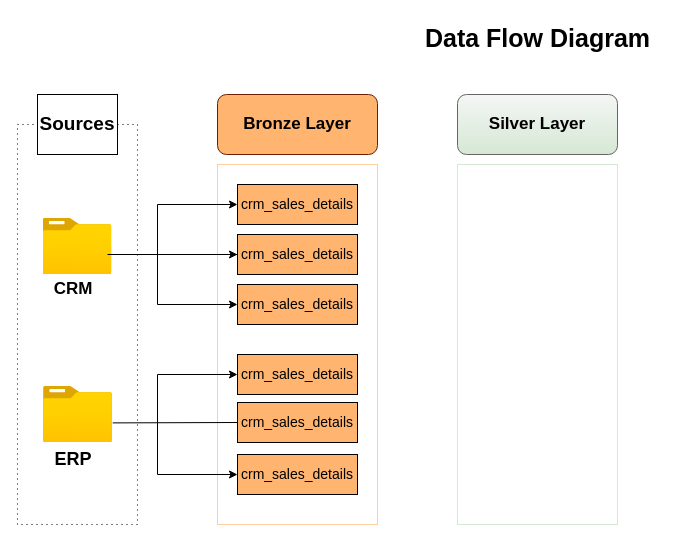
Earlier version of the draw.io diagram Data Warehouse/Draw.io/Data Flow Diagram.drawio (AyushRawat-ghost/Data-Science-And-Engineering). Source tidied: cells renumbered, new cells numbered last; positions are measured from the earlier drawing's top-left corner, leaving out a move shared by most shapes. Both pictures are drawn from the tidied source at 100%, with x=0, y=0 at pixel (17, 17).
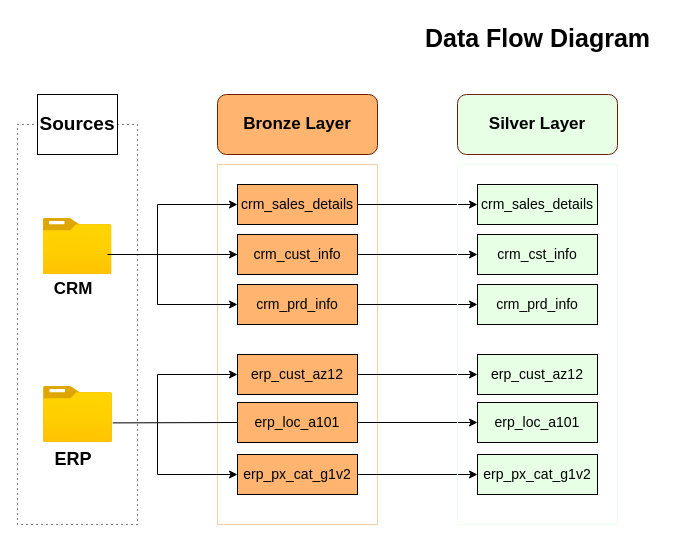
The same diagram, later.

Unchanged cells that the change refers to:
```xml
<mxCell id="10" value="&lt;font style=&quot;color: light-dark(rgb(0, 0, 0), rgb(0, 0, 0)); font-size: 14px;&quot;&gt;crm_sales_details&lt;/font&gt;" style="rounded=0;whiteSpace=wrap;html=1;fillColor=#FFB570;" parent="1" vertex="1">
  <mxGeometry x="220" y="167" width="120" height="40" as="geometry" />
</mxCell>
```

What changed in the source:
```diff
@@
+    <mxCell id="28" style="edgeStyle=orthogonalEdgeStyle;rounded=0;jettySize=auto;html=1;entryX=0;entryY=0.5;entryDx=0;entryDy=0;" parent="1" edge="1" source="10" target="35">
+      <mxGeometry relative="1" as="geometry" />
+    </mxCell>
@@
+    <mxCell id="29" style="edgeStyle=orthogonalEdgeStyle;rounded=0;jettySize=auto;html=1;entryX=0;entryY=0.5;entryDx=0;entryDy=0;" parent="1" edge="1" source="11" target="36">
+      <mxGeometry relative="1" as="geometry" />
+    </mxCell>
-    <mxCell id="11" value="&lt;font style=&quot;color: light-dark(rgb(0, 0, 0), rgb(0, 0, 0)); font-size: 14px;&quot;&gt;crm_sales_details&lt;/font&gt;" style="rounded=0;whiteSpace=wrap;html=1;fillColor=#FFB570;" parent="1" vertex="1">
+    <mxCell id="11" value="&lt;font style=&quot;color: light-dark(rgb(0, 0, 0), rgb(0, 0, 0)); font-size: 14px;&quot;&gt;crm_cust_info&lt;/font&gt;" style="rounded=0;whiteSpace=wrap;html=1;fillColor=#FFB570;" parent="1" vertex="1">
       <mxGeometry x="220" y="217" width="120" height="40" as="geometry" />
     </mxCell>
+    <mxCell id="30" style="edgeStyle=orthogonalEdgeStyle;rounded=0;jettySize=auto;html=1;entryX=0;entryY=0.5;entryDx=0;entryDy=0;" parent="1" edge="1" source="12" target="37">
+      <mxGeometry relative="1" as="geometry" />
+    </mxCell>
-    <mxCell id="12" value="&lt;font style=&quot;color: light-dark(rgb(0, 0, 0), rgb(0, 0, 0)); font-size: 14px;&quot;&gt;crm_sales_details&lt;/font&gt;" style="rounded=0;whiteSpace=wrap;html=1;fillColor=#FFB570;" parent="1" vertex="1">
+    <mxCell id="12" value="&lt;font style=&quot;color: light-dark(rgb(0, 0, 0), rgb(0, 0, 0)); font-size: 14px;&quot;&gt;crm_prd_info&lt;/font&gt;" style="rounded=0;whiteSpace=wrap;html=1;fillColor=#FFB570;" parent="1" vertex="1">
       <mxGeometry x="220" y="267" width="120" height="40" as="geometry" />
     </mxCell>
@@
+    <mxCell id="31" style="edgeStyle=orthogonalEdgeStyle;rounded=0;jettySize=auto;html=1;" parent="1" edge="1" source="18" target="38">
+      <mxGeometry relative="1" as="geometry" />
+    </mxCell>
-    <mxCell id="18" value="&lt;font style=&quot;color: light-dark(rgb(0, 0, 0), rgb(0, 0, 0)); font-size: 14px;&quot;&gt;crm_sales_details&lt;/font&gt;" style="rounded=0;whiteSpace=wrap;html=1;fillColor=#FFB570;" parent="1" vertex="1">
+    <mxCell id="18" value="&lt;font color=&quot;#000000&quot;&gt;&lt;span style=&quot;font-size: 14px;&quot;&gt;erp_cust_az12&lt;/span&gt;&lt;/font&gt;" style="rounded=0;whiteSpace=wrap;html=1;fillColor=#FFB570;" parent="1" vertex="1">
       <mxGeometry x="220" y="337" width="120" height="40" as="geometry" />
     </mxCell>
+    <mxCell id="32" style="edgeStyle=orthogonalEdgeStyle;rounded=0;jettySize=auto;html=1;" parent="1" edge="1" source="19" target="39">
+      <mxGeometry relative="1" as="geometry" />
+    </mxCell>
-    <mxCell id="19" value="&lt;font style=&quot;color: light-dark(rgb(0, 0, 0), rgb(0, 0, 0)); font-size: 14px;&quot;&gt;crm_sales_details&lt;/font&gt;" style="rounded=0;whiteSpace=wrap;html=1;fillColor=#FFB570;" parent="1" vertex="1">
+    <mxCell id="19" value="&lt;font color=&quot;#000000&quot;&gt;&lt;span style=&quot;font-size: 14px;&quot;&gt;erp_loc_a101&lt;/span&gt;&lt;/font&gt;" style="rounded=0;whiteSpace=wrap;html=1;fillColor=#FFB570;" parent="1" vertex="1">
       <mxGeometry x="220" y="385" width="120" height="40" as="geometry" />
     </mxCell>
+    <mxCell id="33" style="edgeStyle=orthogonalEdgeStyle;rounded=0;jettySize=auto;html=1;" parent="1" edge="1" source="20" target="40">
+      <mxGeometry relative="1" as="geometry" />
+    </mxCell>
-    <mxCell id="20" value="&lt;font style=&quot;color: light-dark(rgb(0, 0, 0), rgb(0, 0, 0)); font-size: 14px;&quot;&gt;crm_sales_details&lt;/font&gt;" style="rounded=0;whiteSpace=wrap;html=1;fillColor=#FFB570;" parent="1" vertex="1">
+    <mxCell id="20" value="&lt;font color=&quot;#000000&quot;&gt;&lt;span style=&quot;font-size: 14px;&quot;&gt;erp_px_cat_g1v2&lt;/span&gt;&lt;/font&gt;" style="rounded=0;whiteSpace=wrap;html=1;fillColor=#FFB570;" parent="1" vertex="1">
       <mxGeometry x="220" y="437" width="120" height="40" as="geometry" />
     </mxCell>
@@
-    <mxCell id="25" style="rounded=0;whiteSpace=wrap;html=1;fillColor=none;strokeColor=#D5E8D4;" parent="1" vertex="1">
-      <mxGeometry x="440" y="147" width="160" height="360" as="geometry" />
-    </mxCell>
+    <mxCell id="27" value="&lt;b&gt;&lt;font style=&quot;font-size: 25px;&quot;&gt;Data Flow Diagram&lt;/font&gt;&lt;/b&gt;" style="text;html=1;align=center;verticalAlign=middle;strokeColor=none;fillColor=none;" parent="1" vertex="1">
+      <mxGeometry x="395" width="250" height="40" as="geometry" />
+    </mxCell>
+    <mxCell id="34" style="rounded=0;whiteSpace=wrap;html=1;strokeColor=#ECFFEB;fillColor=none;" parent="1" vertex="1">
+      <mxGeometry x="440" y="147" width="160" height="360" as="geometry" />
+    </mxCell>
-    <mxCell id="26" value="&lt;b&gt;&lt;font style=&quot;font-size: 17px; color: rgb(0, 0, 0);&quot;&gt;Silver Layer&lt;/font&gt;&lt;/b&gt;" style="rounded=1;whiteSpace=wrap;html=1;fillColor=#f5f5f5;strokeColor=#666666;gradientColor=#D5E8D4;" parent="1" vertex="1">
+    <mxCell id="26" value="&lt;b&gt;&lt;font style=&quot;font-size: 17px; color: rgb(0, 0, 0);&quot;&gt;Silver Layer&lt;/font&gt;&lt;/b&gt;" style="rounded=1;whiteSpace=wrap;html=1;fillColor=#E6FFE5;fontColor=#ffffff;strokeColor=#6D1F00;" parent="1" vertex="1">
       <mxGeometry x="440" y="77" width="160" height="60" as="geometry" />
     </mxCell>
-    <mxCell id="27" value="&lt;b&gt;&lt;font style=&quot;font-size: 25px;&quot;&gt;Data Flow Diagram&lt;/font&gt;&lt;/b&gt;" style="text;html=1;align=center;verticalAlign=middle;strokeColor=none;fillColor=none;" parent="1" vertex="1">
-      <mxGeometry x="395" width="250" height="40" as="geometry" />
-    </mxCell>
+    <mxCell id="35" value="&lt;font style=&quot;color: light-dark(rgb(0, 0, 0), rgb(0, 0, 0)); font-size: 14px;&quot;&gt;crm_sales_details&lt;/font&gt;" style="rounded=0;whiteSpace=wrap;html=1;fillColor=#E6FFE5;" parent="1" vertex="1">
+      <mxGeometry x="460" y="167" width="120" height="40" as="geometry" />
+    </mxCell>
+    <mxCell id="36" value="&lt;font style=&quot;color: light-dark(rgb(0, 0, 0), rgb(0, 0, 0)); font-size: 14px;&quot;&gt;crm_cst_info&lt;/font&gt;" style="rounded=0;whiteSpace=wrap;html=1;fillColor=#E6FFE5;" parent="1" vertex="1">
+      <mxGeometry x="460" y="217" width="120" height="40" as="geometry" />
+    </mxCell>
+    <mxCell id="37" value="&lt;font style=&quot;color: light-dark(rgb(0, 0, 0), rgb(0, 0, 0)); font-size: 14px;&quot;&gt;crm_prd_info&lt;/font&gt;" style="rounded=0;whiteSpace=wrap;html=1;fillColor=#E6FFE5;" parent="1" vertex="1">
+      <mxGeometry x="460" y="267" width="120" height="40" as="geometry" />
+    </mxCell>
+    <mxCell id="38" value="&lt;span style=&quot;color: rgb(0, 0, 0); font-size: 14px;&quot;&gt;erp_cust_az12&lt;/span&gt;" style="rounded=0;whiteSpace=wrap;html=1;fillColor=#E6FFE5;" parent="1" vertex="1">
+      <mxGeometry x="460" y="337" width="120" height="40" as="geometry" />
+    </mxCell>
+    <mxCell id="39" value="&lt;span style=&quot;color: rgb(0, 0, 0); font-size: 14px;&quot;&gt;erp_loc_a101&lt;/span&gt;" style="rounded=0;whiteSpace=wrap;html=1;fillColor=#E6FFE5;" parent="1" vertex="1">
+      <mxGeometry x="460" y="385" width="120" height="40" as="geometry" />
+    </mxCell>
+    <mxCell id="40" value="&lt;span style=&quot;color: rgb(0, 0, 0); font-size: 14px;&quot;&gt;erp_px_cat_g1v2&lt;/span&gt;" style="rounded=0;whiteSpace=wrap;html=1;fillColor=#E6FFE5;" parent="1" vertex="1">
+      <mxGeometry x="460" y="437" width="120" height="40" as="geometry" />
+    </mxCell>
```
